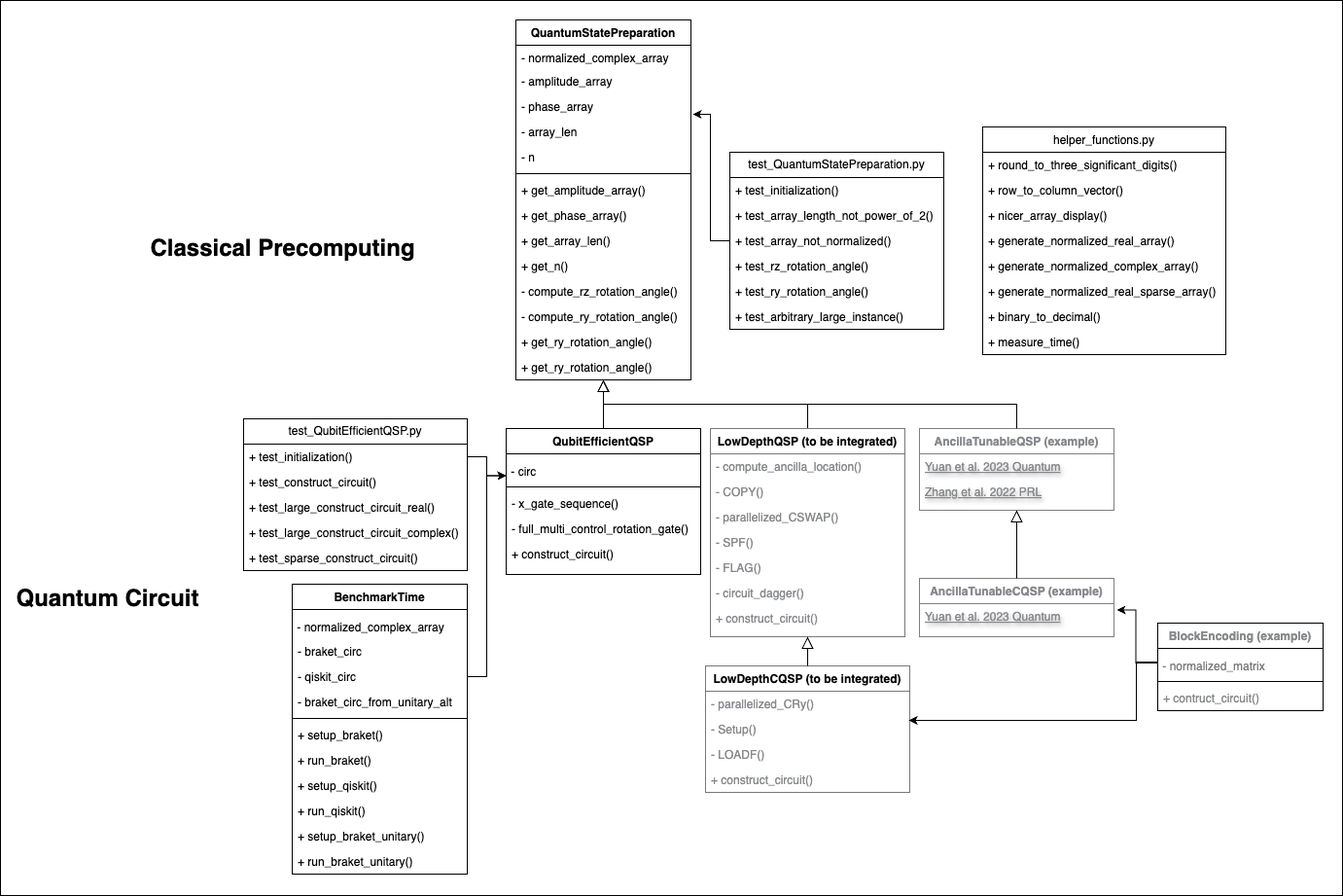
The draw.io diagram QSP_UML.png in guikaiwen/qubit_efficient_QSP, before a commit. Source tidied: cells renumbered, new cells last; positions are measured from the earlier drawing's top-left corner, leaving out a move shared by most shapes.
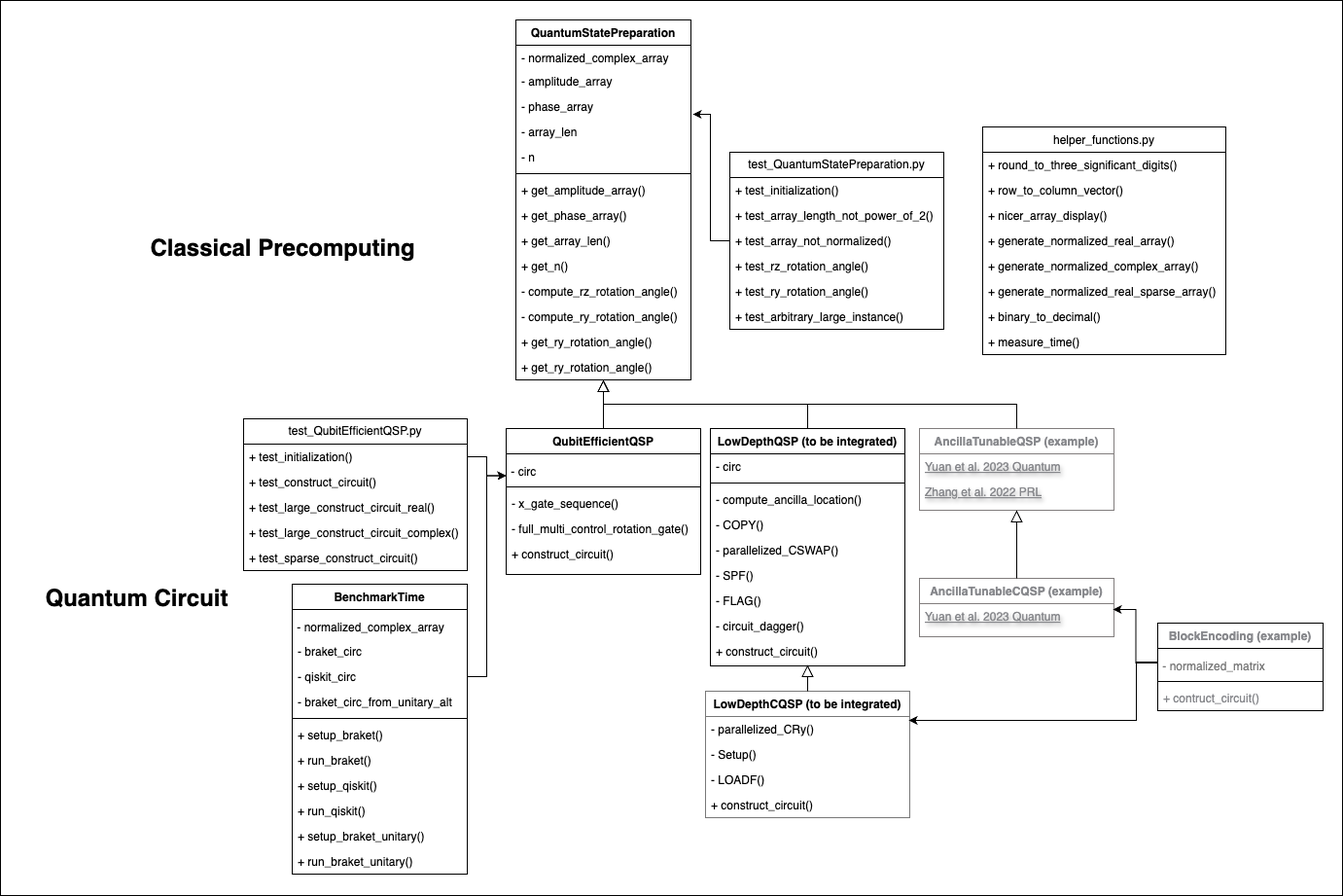
Above is the later version.

Commit message:
UML modification

Change to the diagram source:
```diff
@@ -55,8 +55,10 @@
         <mxPoint x="620" y="440" as="sourcePoint" />
       </mxGeometry>
     </mxCell>
-    <mxCell id="19" style="endArrow=block;endSize=10;endFill=0;shadow=0;strokeWidth=1;rounded=0;curved=0;edgeStyle=elbowEdgeStyle;elbow=vertical;" parent="1" edge="1" source="32" target="3">
-      <mxGeometry relative="1" as="geometry" />
+    <mxCell id="19" style="endArrow=block;endSize=10;endFill=0;shadow=0;strokeWidth=1;rounded=0;curved=0;edgeStyle=elbowEdgeStyle;elbow=vertical;" parent="1" edge="1" target="3">
+      <mxGeometry relative="1" as="geometry">
+        <mxPoint x="830" y="440" as="sourcePoint" />
+      </mxGeometry>
     </mxCell>
     <mxCell id="20" value="BenchmarkTime" style="swimlane;fontStyle=1;align=center;verticalAlign=top;horizontal=1;startSize=26;rounded=0;shadow=0;strokeWidth=1;" parent="1" vertex="1">
       <mxGeometry x="300" y="600" width="180" height="298" as="geometry" />
@@ -94,30 +96,6 @@
     <mxCell id="31" value="+ run_braket_unitary()" style="text;align=left;verticalAlign=top;spacingLeft=4;spacingRight=4;overflow=hidden;" parent="20" vertex="1">
       <mxGeometry y="272" width="180" height="26" as="geometry" />
     </mxCell>
-    <mxCell id="32" value="LowDepthQSP (to be integrated)" style="swimlane;fontStyle=1;align=center;verticalAlign=top;horizontal=1;startSize=26;rounded=0;shadow=0;strokeWidth=1;strokeColor=#787878;fontColor=#000000;" parent="1" vertex="1">
-      <mxGeometry x="730" y="440" width="200" height="214" as="geometry" />
-    </mxCell>
-    <mxCell id="33" value="- compute_ancilla_location()" style="text;align=left;verticalAlign=top;spacingLeft=4;spacingRight=4;overflow=hidden;fontStyle=0;fontColor=#87888c;" parent="32" vertex="1">
-      <mxGeometry y="26" width="200" height="26" as="geometry" />
-    </mxCell>
-    <mxCell id="34" value="- COPY()" style="text;align=left;verticalAlign=top;spacingLeft=4;spacingRight=4;overflow=hidden;fontStyle=0;fontColor=#87888c;" parent="32" vertex="1">
-      <mxGeometry y="52" width="200" height="26" as="geometry" />
-    </mxCell>
-    <mxCell id="35" value="- parallelized_CSWAP()" style="text;align=left;verticalAlign=top;spacingLeft=4;spacingRight=4;overflow=hidden;fontStyle=0;fontColor=#87888c;" parent="32" vertex="1">
-      <mxGeometry y="78" width="200" height="26" as="geometry" />
-    </mxCell>
-    <mxCell id="36" value="- SPF()" style="text;align=left;verticalAlign=top;spacingLeft=4;spacingRight=4;overflow=hidden;fontStyle=0;fontColor=#87888c;" parent="32" vertex="1">
-      <mxGeometry y="104" width="200" height="26" as="geometry" />
-    </mxCell>
-    <mxCell id="37" value="- FLAG()" style="text;align=left;verticalAlign=top;spacingLeft=4;spacingRight=4;overflow=hidden;fontStyle=0;fontColor=#87888c;" parent="32" vertex="1">
-      <mxGeometry y="130" width="200" height="26" as="geometry" />
-    </mxCell>
-    <mxCell id="38" value="- circuit_dagger()" style="text;align=left;verticalAlign=top;spacingLeft=4;spacingRight=4;overflow=hidden;fontColor=#87888c;" parent="32" vertex="1">
-      <mxGeometry y="156" width="200" height="26" as="geometry" />
-    </mxCell>
-    <mxCell id="39" value="+ construct_circuit()" style="text;align=left;verticalAlign=top;spacingLeft=4;spacingRight=4;overflow=hidden;points=[[0,0.5],[1,0.5]];portConstraint=eastwest;fontColor=#87888c;" parent="32" vertex="1">
-      <mxGeometry y="182" width="200" height="26" as="geometry" />
-    </mxCell>
     <mxCell id="40" value="helper_functions.py" style="swimlane;fontStyle=0;align=center;verticalAlign=top;horizontal=1;startSize=26;rounded=0;shadow=0;strokeWidth=1;" parent="1" vertex="1">
       <mxGeometry x="1010" y="130" width="250" height="234" as="geometry" />
     </mxCell>
@@ -190,27 +168,25 @@
       <mxGeometry x="140" y="240" width="300" height="30" as="geometry" />
     </mxCell>
     <mxCell id="63" value="Quantum Circuit" style="text;strokeColor=none;fillColor=none;html=1;fontSize=24;fontStyle=1;verticalAlign=middle;align=center;" parent="1" vertex="1">
-      <mxGeometry x="20" y="600" width="180" height="30" as="geometry" />
+      <mxGeometry x="50" y="600" width="180" height="30" as="geometry" />
     </mxCell>
     <mxCell id="64" value="LowDepthCQSP (to be integrated)" style="swimlane;fontStyle=1;align=center;verticalAlign=top;horizontal=1;startSize=26;rounded=0;shadow=0;strokeWidth=1;strokeColor=#787878;fontColor=#000000;" parent="1" vertex="1">
-      <mxGeometry x="725" y="684" width="210" height="130" as="geometry" />
+      <mxGeometry x="725" y="710" width="210" height="130" as="geometry" />
     </mxCell>
-    <mxCell id="65" value="- parallelized_CRy()" style="text;align=left;verticalAlign=top;spacingLeft=4;spacingRight=4;overflow=hidden;fontColor=#87888c;" parent="64" vertex="1">
+    <mxCell id="65" value="- parallelized_CRy()" style="text;align=left;verticalAlign=top;spacingLeft=4;spacingRight=4;overflow=hidden;fontColor=#000000;" parent="64" vertex="1">
       <mxGeometry y="26" width="210" height="26" as="geometry" />
     </mxCell>
-    <mxCell id="66" value="- Setup()" style="text;align=left;verticalAlign=top;spacingLeft=4;spacingRight=4;overflow=hidden;fontColor=#87888c;" parent="64" vertex="1">
+    <mxCell id="66" value="- Setup()" style="text;align=left;verticalAlign=top;spacingLeft=4;spacingRight=4;overflow=hidden;fontColor=#000000;" parent="64" vertex="1">
       <mxGeometry y="52" width="210" height="26" as="geometry" />
     </mxCell>
-    <mxCell id="67" value="- LOADF()" style="text;align=left;verticalAlign=top;spacingLeft=4;spacingRight=4;overflow=hidden;fontColor=#87888c;" parent="64" vertex="1">
+    <mxCell id="67" value="- LOADF()" style="text;align=left;verticalAlign=top;spacingLeft=4;spacingRight=4;overflow=hidden;fontColor=#000000;" parent="64" vertex="1">
       <mxGeometry y="78" width="210" height="26" as="geometry" />
     </mxCell>
-    <mxCell id="68" value="+ construct_circuit()" style="text;align=left;verticalAlign=top;spacingLeft=4;spacingRight=4;overflow=hidden;fontColor=#87888c;" parent="64" vertex="1">
+    <mxCell id="68" value="+ construct_circuit()" style="text;align=left;verticalAlign=top;spacingLeft=4;spacingRight=4;overflow=hidden;fontColor=#000000;" parent="64" vertex="1">
       <mxGeometry y="104" width="210" height="26" as="geometry" />
     </mxCell>
-    <mxCell id="69" style="endArrow=block;endSize=10;endFill=0;shadow=0;strokeWidth=1;rounded=0;curved=0;edgeStyle=elbowEdgeStyle;elbow=vertical;entryX=0.5;entryY=1;entryDx=0;entryDy=0;" parent="1" edge="1" target="32">
-      <mxGeometry relative="1" as="geometry">
-        <mxPoint x="830" y="684" as="sourcePoint" />
-      </mxGeometry>
+    <mxCell id="69" style="endArrow=block;endSize=10;endFill=0;shadow=0;strokeWidth=1;rounded=0;curved=0;edgeStyle=elbowEdgeStyle;elbow=vertical;exitX=0.5;exitY=0;exitDx=0;exitDy=0;entryX=0.5;entryY=1.038;entryDx=0;entryDy=0;entryPerimeter=0;" parent="1" edge="1" source="64" target="39">
+      <mxGeometry relative="1" as="geometry" />
     </mxCell>
     <mxCell id="70" value="BlockEncoding (example)" style="swimlane;fontStyle=1;align=center;verticalAlign=top;horizontal=1;startSize=26;rounded=0;shadow=0;strokeWidth=1;fontColor=#87888c;" parent="1" vertex="1">
       <mxGeometry x="1190" y="640" width="170" height="90" as="geometry" />
@@ -233,7 +209,7 @@
     <mxCell id="76" style="endArrow=block;endSize=10;endFill=0;shadow=0;strokeWidth=1;rounded=0;curved=0;edgeStyle=elbowEdgeStyle;elbow=vertical;entryX=0.5;entryY=1;entryDx=0;entryDy=0;exitX=0.5;exitY=0;exitDx=0;exitDy=0;" parent="1" edge="1" source="74" target="50">
       <mxGeometry relative="1" as="geometry" />
     </mxCell>
-    <mxCell id="77" style="edgeStyle=orthogonalEdgeStyle;rounded=0;jettySize=auto;html=1;exitX=0;exitY=0.5;exitDx=0;exitDy=0;entryX=1.015;entryY=0.25;entryDx=0;entryDy=0;entryPerimeter=0;" parent="1" edge="1" source="71" target="75">
+    <mxCell id="77" style="edgeStyle=orthogonalEdgeStyle;rounded=0;jettySize=auto;html=1;exitX=0;exitY=0.5;exitDx=0;exitDy=0;entryX=0.995;entryY=0.231;entryDx=0;entryDy=0;entryPerimeter=0;" parent="1" edge="1" source="71" target="75">
       <mxGeometry relative="1" as="geometry" />
     </mxCell>
     <mxCell id="78" style="edgeStyle=orthogonalEdgeStyle;rounded=0;jettySize=auto;html=1;entryX=1.005;entryY=0.115;entryDx=0;entryDy=0;entryPerimeter=0;exitX=0;exitY=0.5;exitDx=0;exitDy=0;" parent="1" edge="1" source="71">
@@ -285,5 +261,35 @@
     <mxCell id="91" value="+ test_arbitrary_large_instance()" style="text;strokeColor=none;fillColor=none;align=left;verticalAlign=top;spacingLeft=4;spacingRight=4;overflow=hidden;whiteSpace=wrap;html=1;" parent="85" vertex="1">
       <mxGeometry y="156" width="220" height="26" as="geometry" />
     </mxCell>
+    <mxCell id="32" value="LowDepthQSP (to be integrated)" style="swimlane;fontStyle=1;align=center;verticalAlign=top;horizontal=1;startSize=26;rounded=0;shadow=0;strokeWidth=1;" parent="1" vertex="1">
+      <mxGeometry x="730" y="440" width="200" height="244" as="geometry" />
+    </mxCell>
+    <mxCell id="92" value="- circ" style="text;align=left;verticalAlign=top;spacingLeft=4;spacingRight=4;overflow=hidden;rounded=0;shadow=0;html=0;" parent="32" vertex="1">
+      <mxGeometry y="26" width="200" height="26" as="geometry" />
+    </mxCell>
+    <mxCell id="93" style="line;html=1;strokeWidth=1;align=left;verticalAlign=middle;spacingTop=-1;spacingLeft=3;spacingRight=3;labelPosition=right;" parent="32" vertex="1">
+      <mxGeometry y="52" width="200" height="8" as="geometry" />
+    </mxCell>
+    <mxCell id="33" value="- compute_ancilla_location()" style="text;align=left;verticalAlign=top;spacingLeft=4;spacingRight=4;overflow=hidden;" parent="32" vertex="1">
+      <mxGeometry y="60" width="200" height="26" as="geometry" />
+    </mxCell>
+    <mxCell id="34" value="- COPY()&#10;" style="text;align=left;verticalAlign=top;spacingLeft=4;spacingRight=4;overflow=hidden;" parent="32" vertex="1">
+      <mxGeometry y="86" width="200" height="26" as="geometry" />
+    </mxCell>
+    <mxCell id="35" value="- parallelized_CSWAP()" style="text;align=left;verticalAlign=top;spacingLeft=4;spacingRight=4;overflow=hidden;" parent="32" vertex="1">
+      <mxGeometry y="112" width="200" height="26" as="geometry" />
+    </mxCell>
+    <mxCell id="36" value="- SPF()" style="text;align=left;verticalAlign=top;spacingLeft=4;spacingRight=4;overflow=hidden;" parent="32" vertex="1">
+      <mxGeometry y="138" width="200" height="26" as="geometry" />
+    </mxCell>
+    <mxCell id="37" value="- FLAG()" style="text;align=left;verticalAlign=top;spacingLeft=4;spacingRight=4;overflow=hidden;" parent="32" vertex="1">
+      <mxGeometry y="164" width="200" height="26" as="geometry" />
+    </mxCell>
+    <mxCell id="38" value="- circuit_dagger()" style="text;align=left;verticalAlign=top;spacingLeft=4;spacingRight=4;overflow=hidden;" parent="32" vertex="1">
+      <mxGeometry y="190" width="200" height="26" as="geometry" />
+    </mxCell>
+    <mxCell id="39" value="+ construct_circuit()" style="text;align=left;verticalAlign=top;spacingLeft=4;spacingRight=4;overflow=hidden;points=[[0,0.5],[1,0.5]];portConstraint=eastwest;" parent="32" vertex="1">
+      <mxGeometry y="216" width="200" height="26" as="geometry" />
+    </mxCell>
   </root>
 </mxGraphModel>
```
